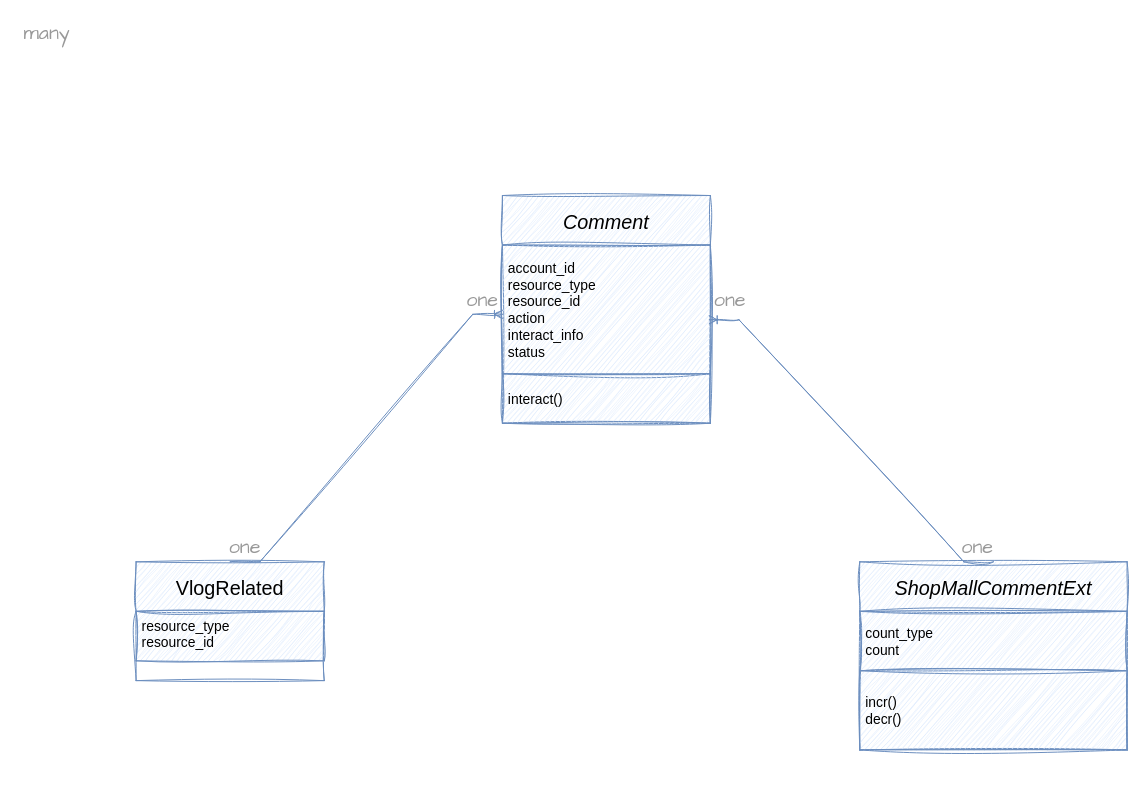
Before: pictures/评论系统实体域.drawio in dimdark/my-drawio, a draw.io diagram. Source tidied: cells renumbered, new cells numbered last; positions are measured from the earlier drawing's top-left corner, leaving out a move shared by most shapes. Both pictures are drawn from the tidied source at 99%, with x=0, y=0 at pixel (17, 17).
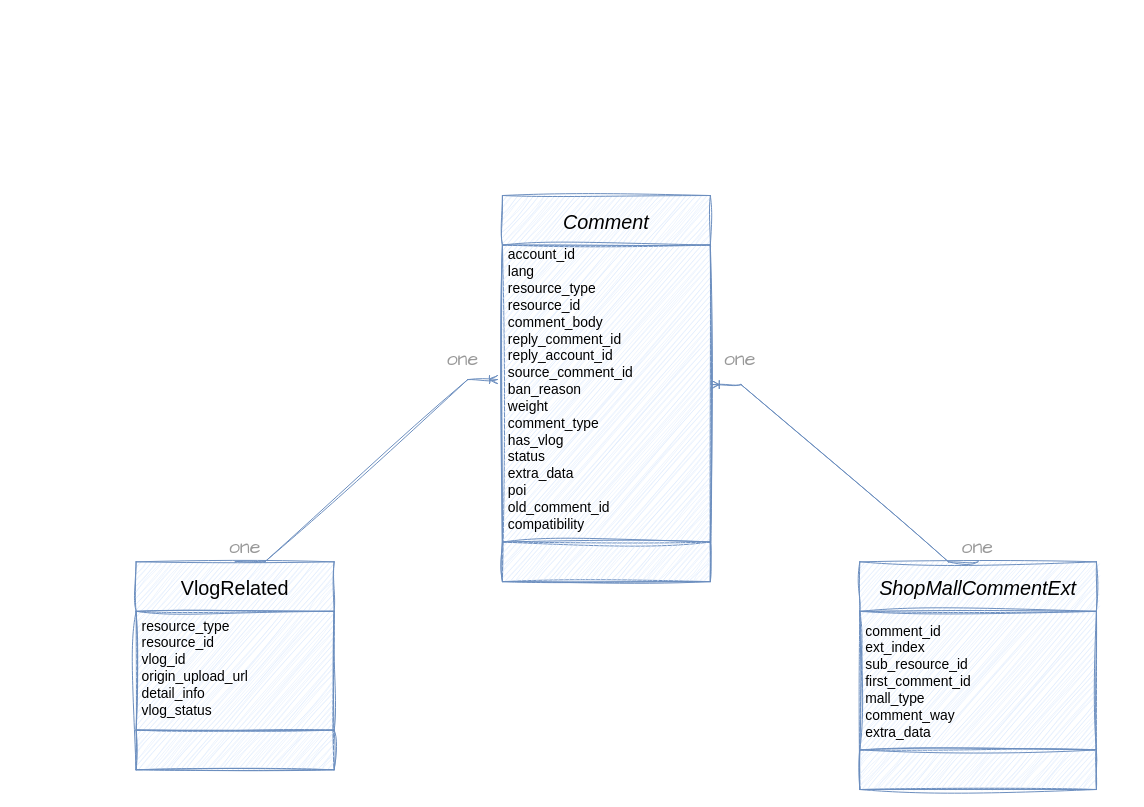
The same page after the edit.

Commit message:
更新评论系统实体域.drawio

The edit, as a diff of the source:
```diff
@@
 <mxGraphModel>
   <root>
     <mxCell id="0" />
     <mxCell id="1" parent="0" />
     <mxCell id="2" value="ShopMallCommentExt" style="swimlane;fontStyle=2;align=center;verticalAlign=middle;horizontal=1;startSize=50;rounded=0;shadow=0;strokeWidth=1;fillColor=#dae8fc;strokeColor=#6c8ebf;sketch=1;curveFitting=1;jiggle=2;fontSize=20;" parent="1" vertex="1">
-      <mxGeometry x="851" y="550" width="270" height="190" as="geometry" />
+      <mxGeometry x="851" y="550" width="239" height="230" as="geometry" />
     </mxCell>
-    <mxCell id="3" value="count_type&#10;count" style="text;align=left;verticalAlign=middle;spacingLeft=4;spacingRight=4;overflow=hidden;sketch=1;curveFitting=1;jiggle=2;fontSize=14;fillColor=#dae8fc;strokeColor=#6c8ebf;" parent="2" vertex="1">
-      <mxGeometry y="50" width="270" height="60" as="geometry" />
+    <mxCell id="3" value="comment_id&#10;ext_index&#10;sub_resource_id&#10;first_comment_id&#10;mall_type&#10;comment_way&#10;extra_data" style="text;align=left;verticalAlign=middle;spacingLeft=4;spacingRight=4;overflow=hidden;sketch=1;curveFitting=1;jiggle=2;fontSize=14;fillColor=#dae8fc;strokeColor=#6c8ebf;" parent="2" vertex="1">
+      <mxGeometry y="50" width="239" height="140" as="geometry" />
     </mxCell>
-    <mxCell id="4" value="incr()&#10;decr()" style="text;align=left;verticalAlign=middle;spacingLeft=4;spacingRight=4;overflow=hidden;fillColor=#dae8fc;strokeColor=#6c8ebf;sketch=1;curveFitting=1;jiggle=2;fontSize=14;" parent="2" vertex="1">
-      <mxGeometry y="110" width="270" height="80" as="geometry" />
+    <mxCell id="4" style="text;align=left;verticalAlign=middle;spacingLeft=4;spacingRight=4;overflow=hidden;fillColor=#dae8fc;strokeColor=#6c8ebf;sketch=1;curveFitting=1;jiggle=2;fontSize=14;" parent="2" vertex="1">
+      <mxGeometry y="190" width="239" height="40" as="geometry" />
     </mxCell>
     <mxCell id="5" value="VlogRelated" style="swimlane;fontStyle=0;align=center;verticalAlign=middle;horizontal=1;startSize=50;rounded=0;shadow=0;strokeWidth=1;fillColor=#dae8fc;strokeColor=#6c8ebf;sketch=1;curveFitting=1;jiggle=2;fontSize=20;" parent="1" vertex="1">
-      <mxGeometry x="120" y="550" width="190" height="120" as="geometry" />
+      <mxGeometry x="120" y="550" width="200" height="210" as="geometry" />
     </mxCell>
-    <mxCell id="6" value="resource_type&#10;resource_id" style="text;align=left;verticalAlign=top;spacingLeft=4;spacingRight=4;overflow=hidden;fillColor=#dae8fc;strokeColor=#6c8ebf;sketch=1;curveFitting=1;jiggle=2;fontSize=14;" parent="5" vertex="1">
-      <mxGeometry y="50" width="190" height="50" as="geometry" />
+    <mxCell id="6" value="resource_type&#10;resource_id&#10;vlog_id&#10;origin_upload_url&#10;detail_info&#10;vlog_status" style="text;align=left;verticalAlign=top;spacingLeft=4;spacingRight=4;overflow=hidden;fillColor=#dae8fc;strokeColor=#6c8ebf;sketch=1;curveFitting=1;jiggle=2;fontSize=14;" parent="5" vertex="1">
+      <mxGeometry y="50" width="200" height="120" as="geometry" />
     </mxCell>
-    <mxCell id="7" value="many" style="text;html=1;strokeColor=none;fillColor=none;align=center;verticalAlign=middle;whiteSpace=wrap;rounded=0;sketch=1;hachureGap=4;jiggle=2;curveFitting=1;fontFamily=Architects Daughter;fontSize=20;fontColor=#999999;" parent="1" vertex="1">
-      <mxGeometry width="60" height="30" as="geometry" />
-    </mxCell>
+    <mxCell id="17" style="text;align=left;verticalAlign=middle;spacingLeft=4;spacingRight=4;overflow=hidden;fillColor=#dae8fc;strokeColor=#6c8ebf;sketch=1;curveFitting=1;jiggle=2;fontSize=14;" parent="5" vertex="1">
+      <mxGeometry y="170" width="200" height="40" as="geometry" />
+    </mxCell>
     <mxCell id="8" value="Comment" style="swimlane;fontStyle=2;align=center;verticalAlign=middle;horizontal=1;startSize=50;rounded=0;shadow=0;strokeWidth=1;fillColor=#dae8fc;strokeColor=#6c8ebf;sketch=1;curveFitting=1;jiggle=2;fontSize=20;" parent="1" vertex="1">
-      <mxGeometry x="490" y="180" width="210" height="230" as="geometry" />
+      <mxGeometry x="490" y="180" width="210" height="390" as="geometry" />
     </mxCell>
-    <mxCell id="9" value="account_id&#10;resource_type&#10;resource_id&#10;action&#10;interact_info&#10;status" style="text;align=left;verticalAlign=middle;spacingLeft=4;spacingRight=4;overflow=hidden;points=[[0,0.5],[1,0.5]];portConstraint=eastwest;sketch=1;curveFitting=1;jiggle=2;fontSize=14;fillColor=#dae8fc;strokeColor=#6c8ebf;" parent="8" vertex="1">
-      <mxGeometry y="50" width="210" height="130" as="geometry" />
+    <mxCell id="9" value="account_id&#10;lang&#10;resource_type&#10;resource_id&#10;comment_body&#10;reply_comment_id&#10;reply_account_id&#10;source_comment_id&#10;ban_reason&#10;weight&#10;comment_type&#10;has_vlog&#10;status&#10;extra_data&#10;poi&#10;old_comment_id&#10;compatibility&#10;" style="text;align=left;verticalAlign=middle;spacingLeft=4;spacingRight=4;overflow=hidden;points=[[0,0.5],[1,0.5]];portConstraint=eastwest;sketch=1;curveFitting=1;jiggle=2;fontSize=14;fillColor=#dae8fc;strokeColor=#6c8ebf;" parent="8" vertex="1">
+      <mxGeometry y="50" width="210" height="300" as="geometry" />
     </mxCell>
-    <mxCell id="10" value="interact()" style="text;align=left;verticalAlign=middle;spacingLeft=4;spacingRight=4;overflow=hidden;fillColor=#dae8fc;strokeColor=#6c8ebf;sketch=1;curveFitting=1;jiggle=2;fontSize=14;" parent="8" vertex="1">
-      <mxGeometry y="180" width="210" height="50" as="geometry" />
-    </mxCell>
+    <mxCell id="18" style="text;align=left;verticalAlign=middle;spacingLeft=4;spacingRight=4;overflow=hidden;fillColor=#dae8fc;strokeColor=#6c8ebf;sketch=1;curveFitting=1;jiggle=2;fontSize=14;" parent="8" vertex="1">
+      <mxGeometry y="350" width="210" height="40" as="geometry" />
+    </mxCell>
-    <mxCell id="11" style="edgeStyle=entityRelationEdgeStyle;fontSize=12;html=1;endArrow=ERoneToMany;rounded=0;sketch=1;hachureGap=4;jiggle=2;curveFitting=1;fontFamily=Architects Daughter;fontColor=#999999;entryX=0.995;entryY=0.581;entryDx=0;entryDy=0;entryPerimeter=0;fillColor=#dae8fc;strokeColor=#6c8ebf;exitX=0.5;exitY=0;exitDx=0;exitDy=0;" parent="1" edge="1" source="2" target="9">
+    <mxCell id="11" style="edgeStyle=entityRelationEdgeStyle;fontSize=12;html=1;endArrow=ERoneToMany;rounded=0;sketch=1;hachureGap=4;jiggle=2;curveFitting=1;fontFamily=Architects Daughter;fontColor=#999999;entryX=1.005;entryY=0.47;entryDx=0;entryDy=0;entryPerimeter=0;fillColor=#dae8fc;strokeColor=#6c8ebf;exitX=0.5;exitY=0;exitDx=0;exitDy=0;" parent="1" edge="1" source="2" target="9">
       <mxGeometry relative="1" as="geometry" />
     </mxCell>
     <mxCell id="12" value="one" style="text;html=1;strokeColor=none;fillColor=none;align=center;verticalAlign=middle;whiteSpace=wrap;rounded=0;sketch=1;hachureGap=4;jiggle=2;curveFitting=1;fontFamily=Architects Daughter;fontSize=20;fontColor=#999999;" parent="1" vertex="1">
-      <mxGeometry x="440" y="270" width="60" height="30" as="geometry" />
+      <mxGeometry x="420" y="330" width="60" height="30" as="geometry" />
     </mxCell>
-    <mxCell id="13" style="edgeStyle=entityRelationEdgeStyle;fontSize=12;html=1;endArrow=ERoneToMany;rounded=0;sketch=1;hachureGap=4;jiggle=2;curveFitting=1;fontFamily=Architects Daughter;fontColor=#999999;fillColor=#dae8fc;strokeColor=#6c8ebf;exitX=0.5;exitY=0;exitDx=0;exitDy=0;" parent="1" edge="1" source="5">
-      <mxGeometry relative="1" as="geometry">
-        <mxPoint x="490" y="300" as="targetPoint" />
-      </mxGeometry>
+    <mxCell id="13" style="edgeStyle=entityRelationEdgeStyle;fontSize=12;html=1;endArrow=ERoneToMany;rounded=0;sketch=1;hachureGap=4;jiggle=2;curveFitting=1;fontFamily=Architects Daughter;fontColor=#999999;fillColor=#dae8fc;strokeColor=#6c8ebf;exitX=0.5;exitY=0;exitDx=0;exitDy=0;entryX=-0.024;entryY=0.453;entryDx=0;entryDy=0;entryPerimeter=0;" parent="1" edge="1" source="5" target="9">
+      <mxGeometry relative="1" as="geometry" />
     </mxCell>
     <mxCell id="14" value="one" style="text;html=1;strokeColor=none;fillColor=none;align=center;verticalAlign=middle;whiteSpace=wrap;rounded=0;sketch=1;hachureGap=4;jiggle=2;curveFitting=1;fontFamily=Architects Daughter;fontSize=20;fontColor=#999999;" parent="1" vertex="1">
-      <mxGeometry x="690" y="270" width="60" height="30" as="geometry" />
+      <mxGeometry x="700" y="330" width="60" height="30" as="geometry" />
     </mxCell>
     <mxCell id="15" value="one" style="text;html=1;strokeColor=none;fillColor=none;align=center;verticalAlign=middle;whiteSpace=wrap;rounded=0;sketch=1;hachureGap=4;jiggle=2;curveFitting=1;fontFamily=Architects Daughter;fontSize=20;fontColor=#999999;" parent="1" vertex="1">
       <mxGeometry x="940" y="520" width="60" height="30" as="geometry" />
     </mxCell>
     <mxCell id="16" value="one" style="text;html=1;strokeColor=none;fillColor=none;align=center;verticalAlign=middle;whiteSpace=wrap;rounded=0;sketch=1;hachureGap=4;jiggle=2;curveFitting=1;fontFamily=Architects Daughter;fontSize=20;fontColor=#999999;" parent="1" vertex="1">
       <mxGeometry x="200" y="520" width="60" height="30" as="geometry" />
     </mxCell>
   </root>
 </mxGraphModel>
```
